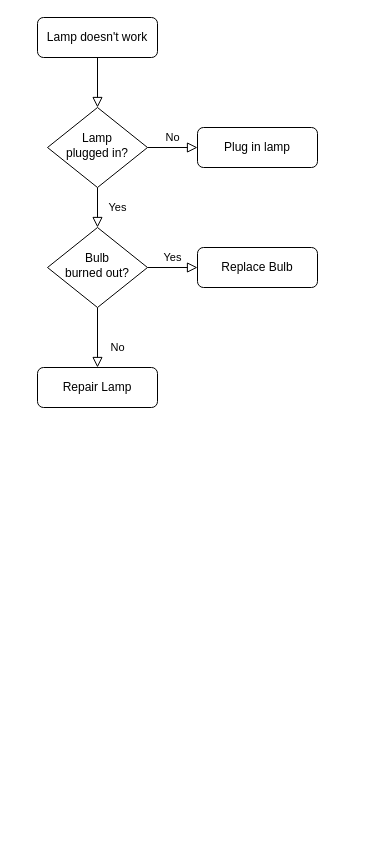
Before: Untitled Diagram.drawio in Zitapy/alx-onboarding-, a draw.io diagram. Source tidied: cells renumbered, new cells numbered last; positions are measured from the earlier drawing's top-left corner, leaving out a move shared by most shapes. Both pictures are drawn from the tidied source at 100%, with x=0, y=0 at pixel (37, 17).
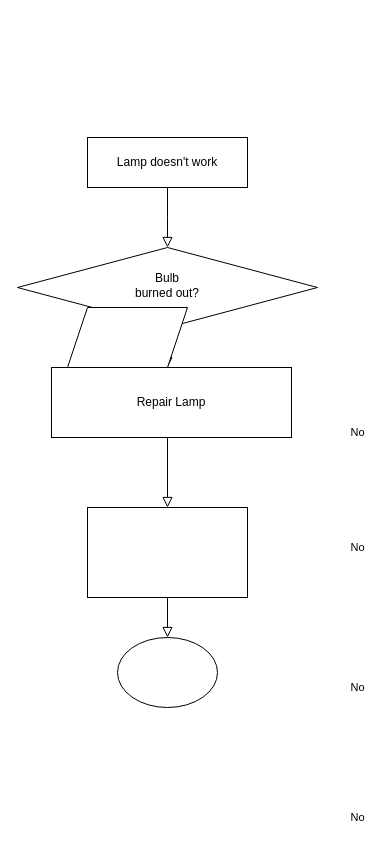
After the change.

What changed in the source:
```diff
@@
-    <mxCell id="2" style="rounded=0;html=1;jettySize=auto;fontSize=11;endArrow=block;endFill=0;endSize=8;strokeWidth=1;shadow=0;labelBackgroundColor=none;edgeStyle=orthogonalEdgeStyle;" parent="1" edge="1" source="3" target="6">
-      <mxGeometry relative="1" as="geometry" />
-    </mxCell>
-    <mxCell id="3" value="Lamp doesn't work" style="rounded=1;whiteSpace=wrap;html=1;fontSize=12;glass=0;strokeWidth=1;shadow=0;" parent="1" vertex="1">
-      <mxGeometry width="120" height="40" as="geometry" />
+    <mxCell id="3" value="Lamp doesn't work" style="rounded=1;whiteSpace=wrap;html=1;fontSize=12;glass=0;strokeWidth=1;shadow=0;arcSize=0;" parent="1" vertex="1">
+      <mxGeometry x="50" y="120" width="160" height="50" as="geometry" />
     </mxCell>
-    <mxCell id="4" value="Yes" style="rounded=0;html=1;jettySize=auto;fontSize=11;endArrow=block;endFill=0;endSize=8;strokeWidth=1;shadow=0;labelBackgroundColor=none;edgeStyle=orthogonalEdgeStyle;" parent="1" edge="1" source="6" target="10">
-      <mxGeometry y="20" relative="1" as="geometry" />
-    </mxCell>
-    <mxCell id="5" value="No" style="edgeStyle=orthogonalEdgeStyle;rounded=0;html=1;jettySize=auto;fontSize=11;endArrow=block;endFill=0;endSize=8;strokeWidth=1;shadow=0;labelBackgroundColor=none;" parent="1" edge="1" source="6" target="7">
-      <mxGeometry y="10" relative="1" as="geometry" />
-    </mxCell>
-    <mxCell id="6" value="Lamp&lt;br&gt;plugged in?" style="rhombus;whiteSpace=wrap;html=1;shadow=0;fontFamily=Helvetica;fontSize=12;align=center;strokeWidth=1;spacing=6;spacingTop=-4;" parent="1" vertex="1">
-      <mxGeometry x="10" y="90" width="100" height="80" as="geometry" />
-    </mxCell>
-    <mxCell id="7" value="Plug in lamp" style="rounded=1;whiteSpace=wrap;html=1;fontSize=12;glass=0;strokeWidth=1;shadow=0;" parent="1" vertex="1">
-      <mxGeometry x="160" y="110" width="120" height="40" as="geometry" />
-    </mxCell>
     <mxCell id="8" value="No" style="rounded=0;html=1;jettySize=auto;fontSize=11;endArrow=block;endFill=0;endSize=8;strokeWidth=1;shadow=0;labelBackgroundColor=none;edgeStyle=orthogonalEdgeStyle;" parent="1" edge="1" source="10" target="11">
-      <mxGeometry x="0.33" y="20" relative="1" as="geometry" />
+      <mxGeometry x="1" y="262" relative="1" as="geometry">
+        <Array as="points">
+          <mxPoint x="130" y="320" />
+          <mxPoint x="130" y="320" />
+        </Array>
+        <mxPoint x="-72" y="180" as="offset" />
+      </mxGeometry>
     </mxCell>
-    <mxCell id="9" value="Yes" style="edgeStyle=orthogonalEdgeStyle;rounded=0;html=1;jettySize=auto;fontSize=11;endArrow=block;endFill=0;endSize=8;strokeWidth=1;shadow=0;labelBackgroundColor=none;" parent="1" edge="1" source="10" target="12">
-      <mxGeometry y="10" relative="1" as="geometry" />
-    </mxCell>
     <mxCell id="10" value="Bulb&lt;br&gt;burned out?" style="rhombus;whiteSpace=wrap;html=1;shadow=0;fontFamily=Helvetica;fontSize=12;align=center;strokeWidth=1;spacing=6;spacingTop=-4;" parent="1" vertex="1">
-      <mxGeometry x="10" y="210" width="100" height="80" as="geometry" />
+      <mxGeometry x="-20" y="230" width="300" height="80" as="geometry" />
     </mxCell>
-    <mxCell id="11" value="Repair Lamp" style="rounded=1;whiteSpace=wrap;html=1;fontSize=12;glass=0;strokeWidth=1;shadow=0;" parent="1" vertex="1">
-      <mxGeometry y="350" width="120" height="40" as="geometry" />
+    <mxCell id="11" value="Repair Lamp" style="rounded=1;whiteSpace=wrap;html=1;fontSize=12;glass=0;strokeWidth=1;shadow=0;arcSize=0;" parent="1" vertex="1">
+      <mxGeometry x="14" y="350" width="240" height="70" as="geometry" />
     </mxCell>
-    <mxCell id="12" value="Replace Bulb" style="rounded=1;whiteSpace=wrap;html=1;fontSize=12;glass=0;strokeWidth=1;shadow=0;" parent="1" vertex="1">
-      <mxGeometry x="160" y="230" width="120" height="40" as="geometry" />
-    </mxCell>
+    <mxCell id="13" style="ellipse;whiteSpace=wrap;html=1;hachureGap=4;" parent="1" vertex="1">
+      <mxGeometry x="80" y="620" width="100" height="70" as="geometry" />
+    </mxCell>
+    <mxCell id="14" value="No" style="rounded=0;html=1;jettySize=auto;fontSize=11;endArrow=block;endFill=0;endSize=8;strokeWidth=1;shadow=0;labelBackgroundColor=none;edgeStyle=orthogonalEdgeStyle;" parent="1" edge="1" source="3">
+      <mxGeometry x="1" y="262" relative="1" as="geometry">
+        <mxPoint x="130" y="230" as="targetPoint" />
+        <mxPoint x="-72" y="180" as="offset" />
+      </mxGeometry>
+    </mxCell>
+    <mxCell id="15" value="No" style="rounded=0;html=1;jettySize=auto;fontSize=11;endArrow=block;endFill=0;endSize=8;strokeWidth=1;shadow=0;labelBackgroundColor=none;edgeStyle=orthogonalEdgeStyle;exitX=0.5;exitY=1;exitDx=0;exitDy=0;entryX=0.5;entryY=0;entryDx=0;entryDy=0;" parent="1" edge="1" source="11" target="17">
+      <mxGeometry x="1" y="262" relative="1" as="geometry">
+        <Array as="points">
+          <mxPoint x="130" y="420" />
+        </Array>
+        <mxPoint x="-72" y="180" as="offset" />
+      </mxGeometry>
+    </mxCell>
+    <mxCell id="16" value="No" style="rounded=0;html=1;jettySize=auto;fontSize=11;endArrow=block;endFill=0;endSize=8;strokeWidth=1;shadow=0;labelBackgroundColor=none;edgeStyle=orthogonalEdgeStyle;startArrow=none;" parent="1" edge="1" source="17">
+      <mxGeometry x="1" y="262" relative="1" as="geometry">
+        <mxPoint x="130" y="620" as="targetPoint" />
+        <Array as="points">
+          <mxPoint x="130" y="540" />
+          <mxPoint x="130" y="540" />
+        </Array>
+        <mxPoint x="-72" y="180" as="offset" />
+      </mxGeometry>
+    </mxCell>
+    <mxCell id="17" style="rounded=0;whiteSpace=wrap;html=1;hachureGap=4;" parent="1" vertex="1">
+      <mxGeometry x="50" y="490" width="160" height="90" as="geometry" />
+    </mxCell>
+    <mxCell id="18" style="rounded=0;html=1;jettySize=auto;fontSize=11;endArrow=none;endFill=0;endSize=8;strokeWidth=1;shadow=0;labelBackgroundColor=none;edgeStyle=orthogonalEdgeStyle;" parent="1" edge="1" target="17">
+      <mxGeometry x="1" y="262" relative="1" as="geometry">
+        <mxPoint x="130" y="580" as="sourcePoint" />
+        <Array as="points">
+          <mxPoint x="130" y="580" />
+          <mxPoint x="130" y="580" />
+        </Array>
+        <mxPoint x="-72" y="180" as="offset" />
+      </mxGeometry>
+    </mxCell>
+    <mxCell id="19" style="shape=parallelogram;perimeter=parallelogramPerimeter;whiteSpace=wrap;html=1;fixedSize=1;hachureGap=4;" parent="1" vertex="1">
+      <mxGeometry x="30" y="290" width="120" height="60" as="geometry" />
+    </mxCell>
```
